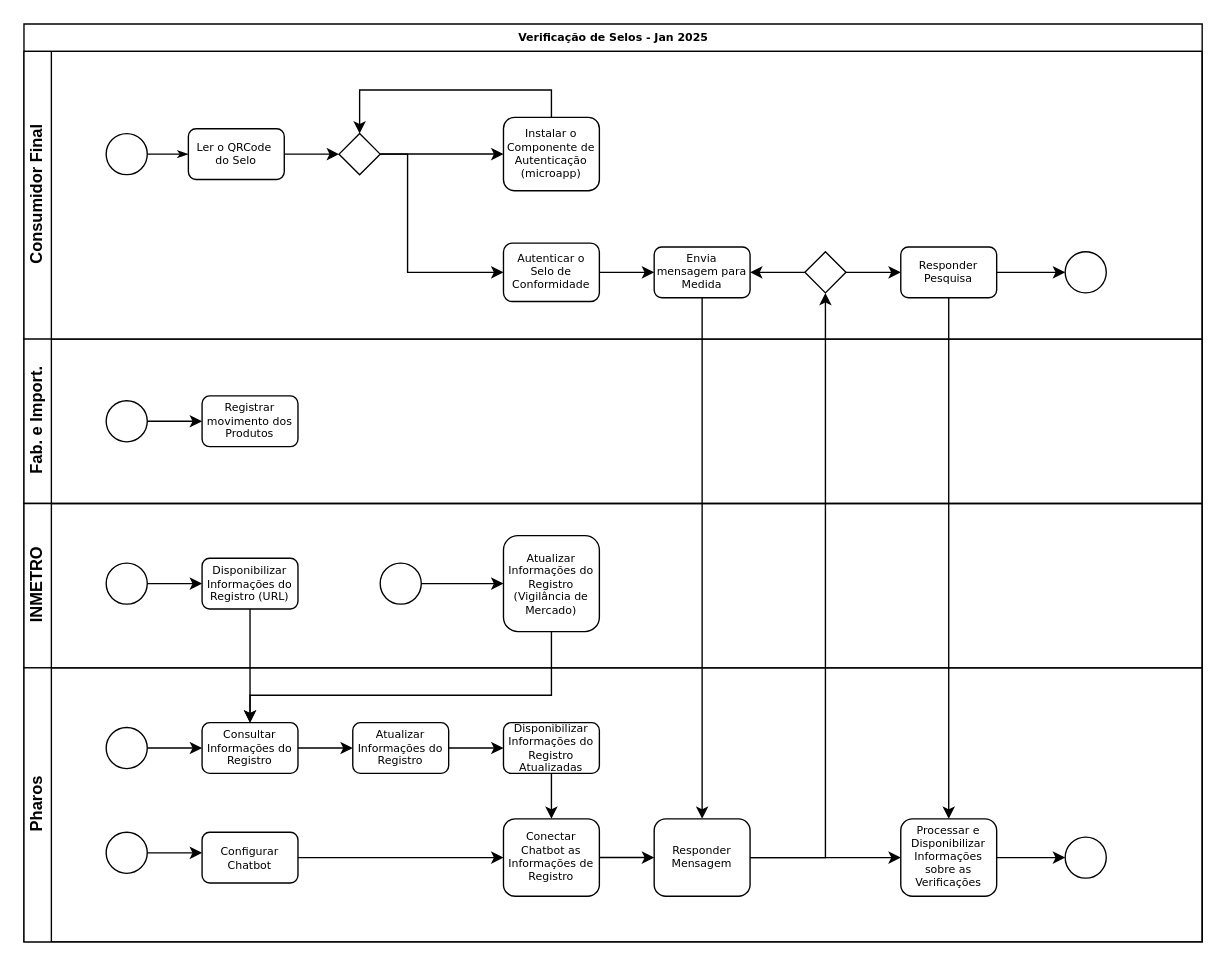
pharos2018/pharos keeps this draw.io diagram as Verificação do Selo.drawio. Above is the earlier version. Source tidied: cells renumbered, new cells numbered last; positions are measured from the earlier drawing's top-left corner, leaving out a move shared by most shapes. Both pictures are drawn from the tidied source at 137%, with x=0, y=0 at pixel (23, 23).
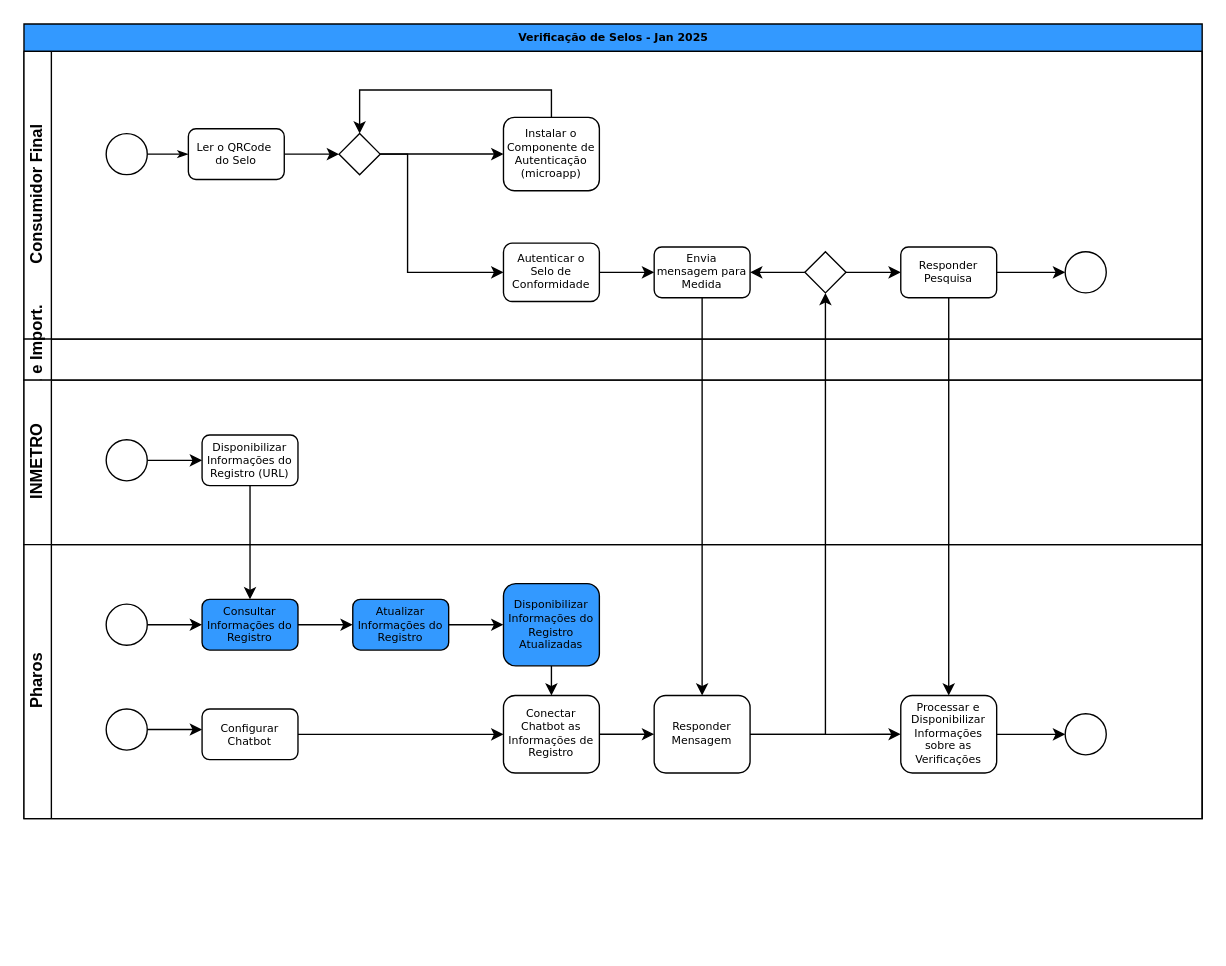
The same diagram, later.

Change to the diagram source:
```diff
@@
-    <mxCell id="2" value="Verificação de Selos - Jan 2025" style="swimlane;html=1;horizontal=1;startSize=20;rounded=0;shadow=0;labelBackgroundColor=none;strokeWidth=1;fontFamily=Verdana;fontSize=8;align=center;" parent="1" vertex="1">
-      <mxGeometry width="860" height="670" as="geometry" />
+    <mxCell id="2" value="Verificação de Selos - Jan 2025" style="swimlane;html=1;horizontal=1;startSize=20;rounded=0;shadow=0;labelBackgroundColor=none;strokeWidth=1;fontFamily=Verdana;fontSize=8;align=center;fillColor=#3399FF;" parent="1" vertex="1">
+      <mxGeometry width="860" height="580" as="geometry" />
     </mxCell>
@@
-    <mxCell id="22" value="Fab. e Import." style="swimlane;html=1;startSize=20;horizontal=0;" parent="2" vertex="1">
-      <mxGeometry y="230" width="860" height="120" as="geometry" />
+    <mxCell id="22" value="Fab. e Import." style="swimlane;html=1;startSize=20;horizontal=0;" parent="2" vertex="1" collapsed="1">
+      <mxGeometry y="230" width="860" height="30" as="geometry" />
     </mxCell>
-    <mxCell id="23" value="Registrar movimento dos Produtos" style="rounded=1;whiteSpace=wrap;html=1;shadow=0;labelBackgroundColor=none;strokeWidth=1;fontFamily=Verdana;fontSize=8;align=center;" parent="22" vertex="1">
-      <mxGeometry x="130" y="41.5" width="70" height="37" as="geometry" />
-    </mxCell>
-    <mxCell id="24" style="edgeStyle=orthogonalEdgeStyle;rounded=0;jettySize=auto;html=1;" parent="22" edge="1" source="25" target="23">
-      <mxGeometry relative="1" as="geometry" />
-    </mxCell>
-    <mxCell id="25" style="ellipse;whiteSpace=wrap;html=1;rounded=0;shadow=0;labelBackgroundColor=none;strokeWidth=1;fontFamily=Verdana;fontSize=8;align=center;" parent="22" vertex="1">
-      <mxGeometry x="60" y="45" width="30" height="30" as="geometry" />
-    </mxCell>
@@
     <mxCell id="28" value="INMETRO" style="swimlane;html=1;startSize=20;horizontal=0;" parent="2" vertex="1">
-      <mxGeometry y="350" width="860" height="120" as="geometry" />
+      <mxGeometry y="260" width="860" height="120" as="geometry" />
     </mxCell>
@@
-    <mxCell id="32" value="Atualizar Informações do Registro (Vigilância de Mercado)" style="rounded=1;whiteSpace=wrap;html=1;shadow=0;labelBackgroundColor=none;strokeWidth=1;fontFamily=Verdana;fontSize=8;align=center;" parent="28" vertex="1">
-      <mxGeometry x="350" y="23.5" width="70" height="70" as="geometry" />
-    </mxCell>
-    <mxCell id="33" style="edgeStyle=orthogonalEdgeStyle;rounded=0;jettySize=auto;html=1;" parent="28" edge="1" source="34" target="32">
-      <mxGeometry relative="1" as="geometry" />
-    </mxCell>
-    <mxCell id="34" style="ellipse;whiteSpace=wrap;html=1;rounded=0;shadow=0;labelBackgroundColor=none;strokeWidth=1;fontFamily=Verdana;fontSize=8;align=center;" parent="28" vertex="1">
-      <mxGeometry x="260" y="43.5" width="30" height="30" as="geometry" />
-    </mxCell>
     <mxCell id="35" value="Pharos" style="swimlane;html=1;startSize=20;horizontal=0;" parent="2" vertex="1">
-      <mxGeometry y="470" width="860" height="200" as="geometry" />
+      <mxGeometry y="380" width="860" height="200" as="geometry" />
     </mxCell>
@@
-    <mxCell id="37" value="Consultar Informações do Registro" style="rounded=1;whiteSpace=wrap;html=1;shadow=0;labelBackgroundColor=none;strokeWidth=1;fontFamily=Verdana;fontSize=8;align=center;" parent="35" vertex="1">
+    <mxCell id="37" value="Consultar Informações do Registro" style="rounded=1;whiteSpace=wrap;html=1;shadow=0;labelBackgroundColor=none;strokeWidth=1;fontFamily=Verdana;fontSize=8;align=center;fillColor=#3399FF;" parent="35" vertex="1">
       <mxGeometry x="130" y="40" width="70" height="37" as="geometry" />
     </mxCell>
@@
-    <mxCell id="39" value="Atualizar Informações do Registro" style="rounded=1;whiteSpace=wrap;html=1;shadow=0;labelBackgroundColor=none;strokeWidth=1;fontFamily=Verdana;fontSize=8;align=center;fontStyle=0;" parent="35" vertex="1">
+    <mxCell id="39" value="Atualizar Informações do Registro" style="rounded=1;whiteSpace=wrap;html=1;shadow=0;labelBackgroundColor=none;strokeWidth=1;fontFamily=Verdana;fontSize=8;align=center;fontStyle=0;fillColor=#3399FF;" parent="35" vertex="1">
       <mxGeometry x="240" y="40" width="70" height="37" as="geometry" />
     </mxCell>
@@
-    <mxCell id="41" value="Disponibilizar Informações do Registro Atualizadas" style="rounded=1;whiteSpace=wrap;html=1;shadow=0;labelBackgroundColor=none;strokeWidth=1;fontFamily=Verdana;fontSize=8;align=center;fontStyle=0;" parent="35" vertex="1">
-      <mxGeometry x="350" y="40" width="70" height="37" as="geometry" />
+    <mxCell id="41" value="Disponibilizar Informações do Registro Atualizadas" style="rounded=1;whiteSpace=wrap;html=1;shadow=0;labelBackgroundColor=none;strokeWidth=1;fontFamily=Verdana;fontSize=8;align=center;fontStyle=0;fillColor=#3399FF;" parent="35" vertex="1">
+      <mxGeometry x="350" y="28.5" width="70" height="60" as="geometry" />
     </mxCell>
@@
-    <mxCell id="55" style="edgeStyle=orthogonalEdgeStyle;rounded=0;jettySize=auto;html=1;entryX=0.5;entryY=0;entryDx=0;entryDy=0;exitX=0.5;exitY=1;exitDx=0;exitDy=0;" parent="2" edge="1" source="32" target="37">
-      <mxGeometry relative="1" as="geometry">
-        <Array as="points">
-          <mxPoint x="385" y="490" />
-          <mxPoint x="165" y="490" />
-        </Array>
-      </mxGeometry>
-    </mxCell>
```
